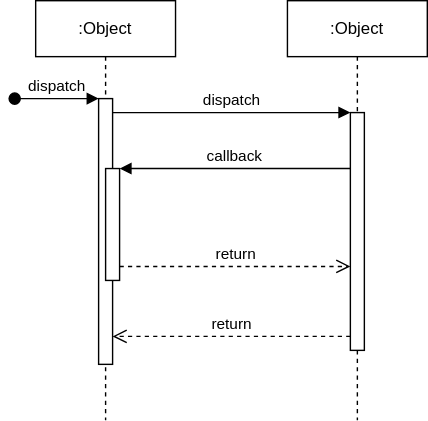
The draw.io diagram images/test1.drawio.svg in williamjamir/test1, before a commit. Source tidied: cells renumbered, new cells last; positions are measured from the earlier drawing's top-left corner, leaving out a move shared by most shapes. Its diagram source:
```xml
<mxGraphModel>
  <root>
    <mxCell id="0" />
    <mxCell id="1" parent="0" />
    <mxCell id="2" value=":Object" style="shape=umlLifeline;perimeter=lifelinePerimeter;whiteSpace=wrap;html=1;newEdgeStyle={&quot;edgeStyle&quot;:&quot;elbowEdgeStyle&quot;,&quot;elbow&quot;:&quot;vertical&quot;,&quot;curved&quot;:0,&quot;rounded&quot;:0};" parent="1" vertex="1">
      <mxGeometry x="15" width="100" height="300" as="geometry" />
    </mxCell>
    <mxCell id="3" style="html=1;points=[];perimeter=orthogonalPerimeter;outlineConnect=0;targetShapes=umlLifeline;portConstraint=eastwest;newEdgeStyle={&quot;edgeStyle&quot;:&quot;elbowEdgeStyle&quot;,&quot;elbow&quot;:&quot;vertical&quot;,&quot;curved&quot;:0,&quot;rounded&quot;:0};" parent="2" vertex="1">
      <mxGeometry x="45" y="70" width="10" height="190" as="geometry" />
    </mxCell>
    <mxCell id="4" value="dispatch" style="html=1;verticalAlign=bottom;startArrow=oval;endArrow=block;startSize=8;edgeStyle=elbowEdgeStyle;elbow=vertical;curved=0;rounded=0;" parent="2" edge="1" target="3">
      <mxGeometry relative="1" as="geometry">
        <mxPoint x="-15" y="70" as="sourcePoint" />
      </mxGeometry>
    </mxCell>
    <mxCell id="5" style="html=1;points=[];perimeter=orthogonalPerimeter;outlineConnect=0;targetShapes=umlLifeline;portConstraint=eastwest;newEdgeStyle={&quot;edgeStyle&quot;:&quot;elbowEdgeStyle&quot;,&quot;elbow&quot;:&quot;vertical&quot;,&quot;curved&quot;:0,&quot;rounded&quot;:0};" parent="2" vertex="1">
      <mxGeometry x="50" y="120" width="10" height="80" as="geometry" />
    </mxCell>
    <mxCell id="6" value=":Object" style="shape=umlLifeline;perimeter=lifelinePerimeter;whiteSpace=wrap;html=1;newEdgeStyle={&quot;edgeStyle&quot;:&quot;elbowEdgeStyle&quot;,&quot;elbow&quot;:&quot;vertical&quot;,&quot;curved&quot;:0,&quot;rounded&quot;:0};" parent="1" vertex="1">
      <mxGeometry x="195" width="100" height="300" as="geometry" />
    </mxCell>
    <mxCell id="7" style="html=1;points=[];perimeter=orthogonalPerimeter;outlineConnect=0;targetShapes=umlLifeline;portConstraint=eastwest;newEdgeStyle={&quot;edgeStyle&quot;:&quot;elbowEdgeStyle&quot;,&quot;elbow&quot;:&quot;vertical&quot;,&quot;curved&quot;:0,&quot;rounded&quot;:0};" parent="6" vertex="1">
      <mxGeometry x="45" y="80" width="10" height="170" as="geometry" />
    </mxCell>
    <mxCell id="8" value="dispatch" style="html=1;verticalAlign=bottom;endArrow=block;edgeStyle=elbowEdgeStyle;elbow=vertical;curved=0;rounded=0;" parent="1" edge="1" source="3" target="7">
      <mxGeometry relative="1" as="geometry">
        <Array as="points">
          <mxPoint x="155" y="80" />
        </Array>
      </mxGeometry>
    </mxCell>
    <mxCell id="9" value="return" style="html=1;verticalAlign=bottom;endArrow=open;dashed=1;endSize=8;edgeStyle=elbowEdgeStyle;elbow=vertical;curved=0;rounded=0;" parent="1" edge="1" source="7" target="3">
      <mxGeometry relative="1" as="geometry">
        <Array as="points">
          <mxPoint x="165" y="240" />
        </Array>
      </mxGeometry>
    </mxCell>
    <mxCell id="10" value="callback" style="html=1;verticalAlign=bottom;endArrow=block;edgeStyle=elbowEdgeStyle;elbow=vertical;curved=0;rounded=0;" parent="1" edge="1" source="7" target="5">
      <mxGeometry relative="1" as="geometry">
        <Array as="points">
          <mxPoint x="165" y="120" />
        </Array>
      </mxGeometry>
    </mxCell>
    <mxCell id="11" value="return" style="html=1;verticalAlign=bottom;endArrow=open;dashed=1;endSize=8;edgeStyle=elbowEdgeStyle;elbow=vertical;curved=0;rounded=0;" parent="1" edge="1" source="5" target="7">
      <mxGeometry relative="1" as="geometry">
        <Array as="points">
          <mxPoint x="155" y="190" />
        </Array>
      </mxGeometry>
    </mxCell>
  </root>
</mxGraphModel>
```
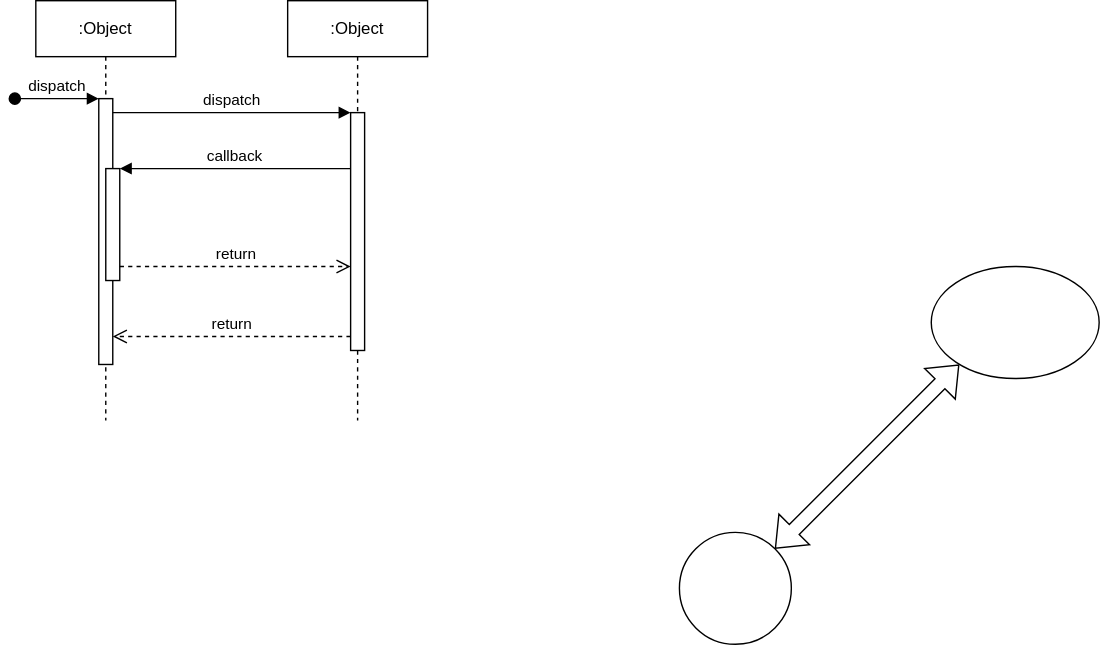
Later version of the same file.

What changed in the source:
```diff
@@ -50,5 +50,16 @@
         </Array>
       </mxGeometry>
     </mxCell>
+    <mxCell id="12" style="ellipse;whiteSpace=wrap;html=1;" parent="1" vertex="1">
+      <mxGeometry x="475" y="380" width="80" height="80" as="geometry" />
+    </mxCell>
+    <mxCell id="13" style="ellipse;whiteSpace=wrap;html=1;" parent="1" vertex="1">
+      <mxGeometry x="655" y="190" width="120" height="80" as="geometry" />
+    </mxCell>
+    <mxCell id="14" style="shape=flexArrow;endArrow=classic;startArrow=classic;html=1;rounded=0;" parent="1" edge="1" source="12">
+      <mxGeometry relative="1" as="geometry">
+        <mxPoint x="675" y="260" as="targetPoint" />
+      </mxGeometry>
+    </mxCell>
   </root>
 </mxGraphModel>
```
